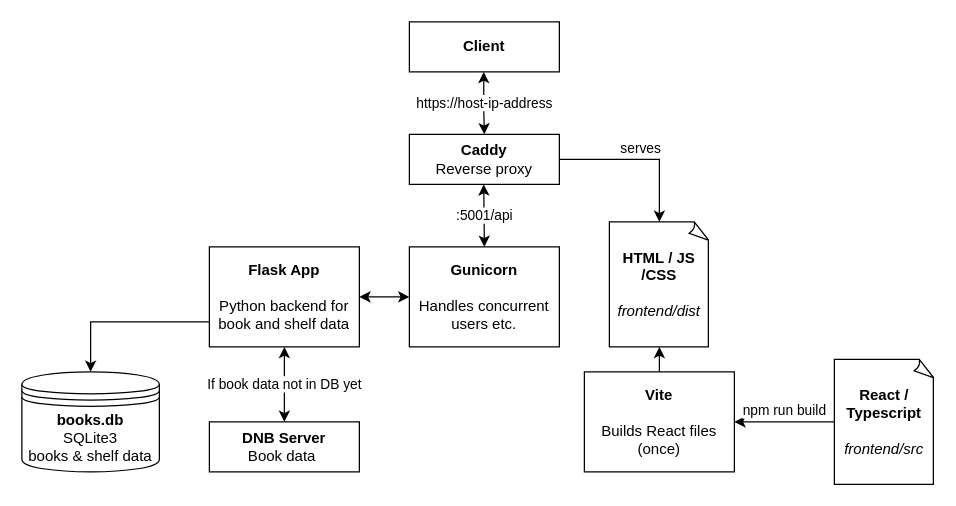
Earlier version of the draw.io diagram documentation/dev-setup-prod-setup-servers/setup-prod.drawio (JRuf02/bookfinder). Source tidied: cells renumbered, new cells numbered last; positions are measured from the earlier drawing's top-left corner, leaving out a move shared by most shapes. Both pictures are drawn from the tidied source at 125%, with x=0, y=0 at pixel (21, 21).
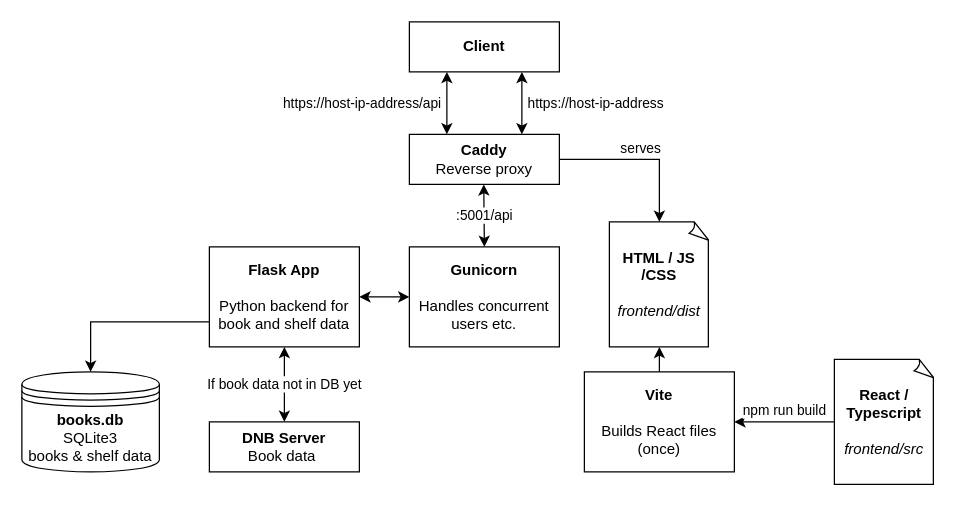
After the change.

Unchanged cells that the change refers to:
```xml
<mxCell id="2" value="&lt;b&gt;Client&lt;/b&gt;" style="html=1;whiteSpace=wrap;" parent="1" vertex="1">
  <mxGeometry x="310" width="120" height="40" as="geometry" />
</mxCell>
<mxCell id="9" value="&lt;div&gt;&lt;b&gt;Caddy&lt;/b&gt;&lt;/div&gt;&lt;div&gt;Reverse proxy&lt;/div&gt;" style="html=1;whiteSpace=wrap;" parent="1" vertex="1">
  <mxGeometry x="310" y="90" width="120" height="40" as="geometry" />
</mxCell>
```

The edit, as a diff of the source:
```diff
@@
-    <mxCell id="18" value="&lt;div&gt;https://host-ip-address&lt;/div&gt;" style="endArrow=classic;startArrow=classic;html=1;rounded=0;exitX=0.5;exitY=1;exitDx=0;exitDy=0;" parent="1" edge="1">
-      <mxGeometry relative="1" as="geometry">
-        <mxPoint x="369.5" y="40" as="sourcePoint" />
-        <mxPoint x="370" y="90" as="targetPoint" />
-        <Array as="points">
-          <mxPoint x="369.5" y="70" />
-        </Array>
-      </mxGeometry>
+    <mxCell id="18" value="&lt;div align=&quot;left&quot;&gt;&amp;nbsp;https://host-ip-address&lt;/div&gt;" style="endArrow=classic;startArrow=classic;html=1;rounded=0;exitX=0.75;exitY=1;exitDx=0;exitDy=0;align=left;entryX=0.75;entryY=0;entryDx=0;entryDy=0;" parent="1" edge="1" source="2" target="9">
+      <mxGeometry relative="1" as="geometry" />
     </mxCell>
+    <mxCell id="19" value="&lt;div align=&quot;right&quot;&gt;https://host-ip-address/api&amp;nbsp;&lt;/div&gt;" style="endArrow=classic;startArrow=classic;html=1;rounded=0;exitX=0.25;exitY=1;exitDx=0;exitDy=0;align=right;entryX=0.25;entryY=0;entryDx=0;entryDy=0;" parent="1" edge="1" source="2" target="9">
+      <mxGeometry relative="1" as="geometry" />
+    </mxCell>
```
